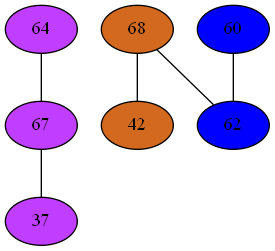
mbajaj92/Project-Astoria keeps this Graphviz diagram as Compiler/4phiGraph.png. Above is the earlier version. Its source is kept beside it as Compiler/4phiGraph.dot.
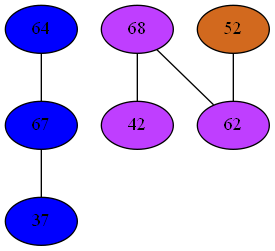
After the change.

The edit, as a diff of the source:
```diff
@@ -1,19 +1,19 @@
 strict graph {
-64[label="64" style=filled fillcolor="darkorchid1"];
+64[label="64" style=filled fillcolor="blue1"];
 64 -- 67
-67[label="67" style=filled fillcolor="darkorchid1"];
+67[label="67" style=filled fillcolor="blue1"];
 67 -- 64
 67 -- 37
-68[label="68" style=filled fillcolor="chocolate"];
+68[label="68" style=filled fillcolor="darkorchid1"];
 68 -- 42
 68 -- 62
-37[label="37" style=filled fillcolor="darkorchid1"];
+52[label="52" style=filled fillcolor="chocolate"];
+52 -- 62
+37[label="37" style=filled fillcolor="blue1"];
 37 -- 67
-42[label="42" style=filled fillcolor="chocolate"];
+42[label="42" style=filled fillcolor="darkorchid1"];
 42 -- 68
-60[label="60" style=filled fillcolor="blue1"];
-60 -- 62
-62[label="62" style=filled fillcolor="blue1"];
+62[label="62" style=filled fillcolor="darkorchid1"];
 62 -- 68
-62 -- 60
+62 -- 52
 }
```
